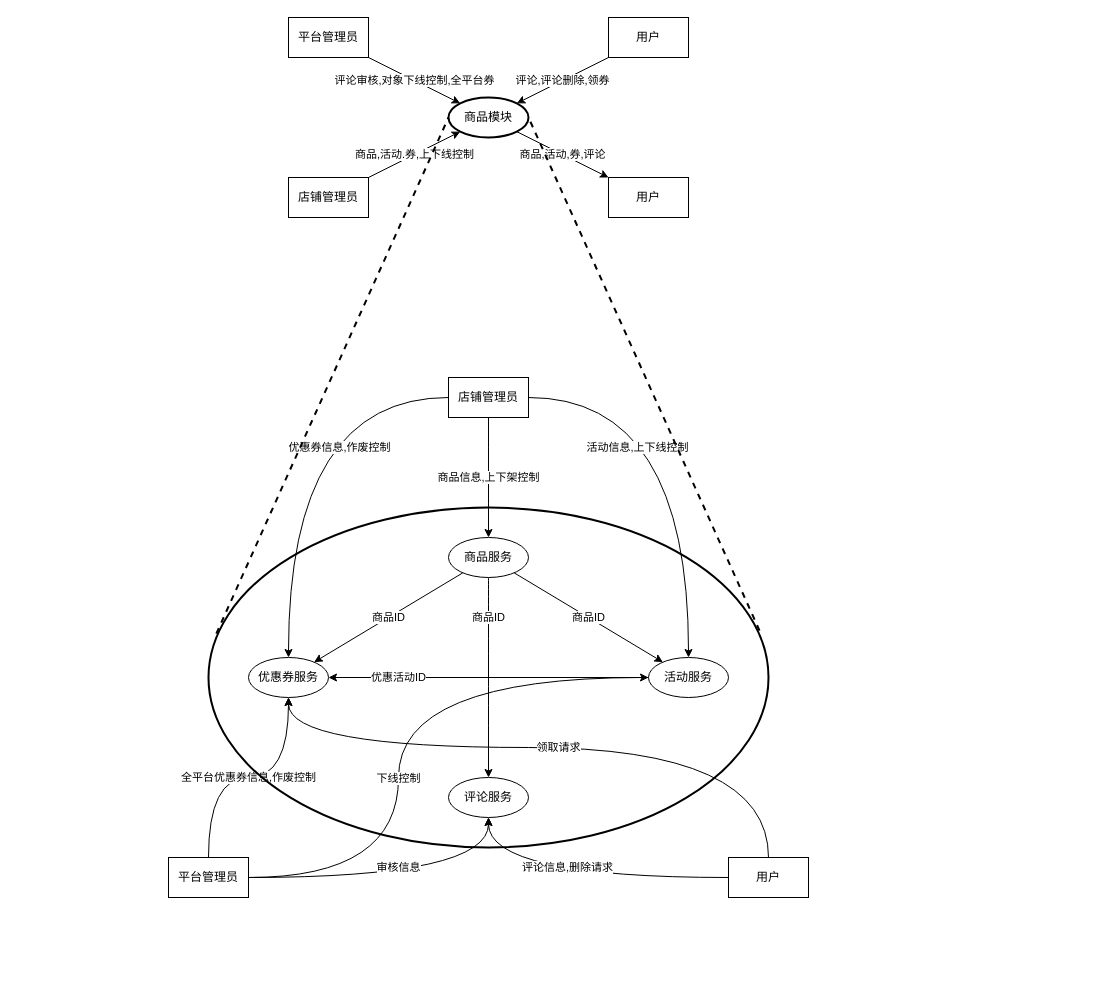
app1echip/grams keeps this draw.io diagram as 软工导论小组作业/需求建模之功能模型（商品模块）.drawio. Above is the earlier version. Source tidied: cells renumbered, new cells numbered last; positions are measured from the earlier drawing's top-left corner, leaving out a move shared by most shapes. Both pictures are drawn from the tidied source at 100%, with x=0, y=0 at pixel (168, 17).
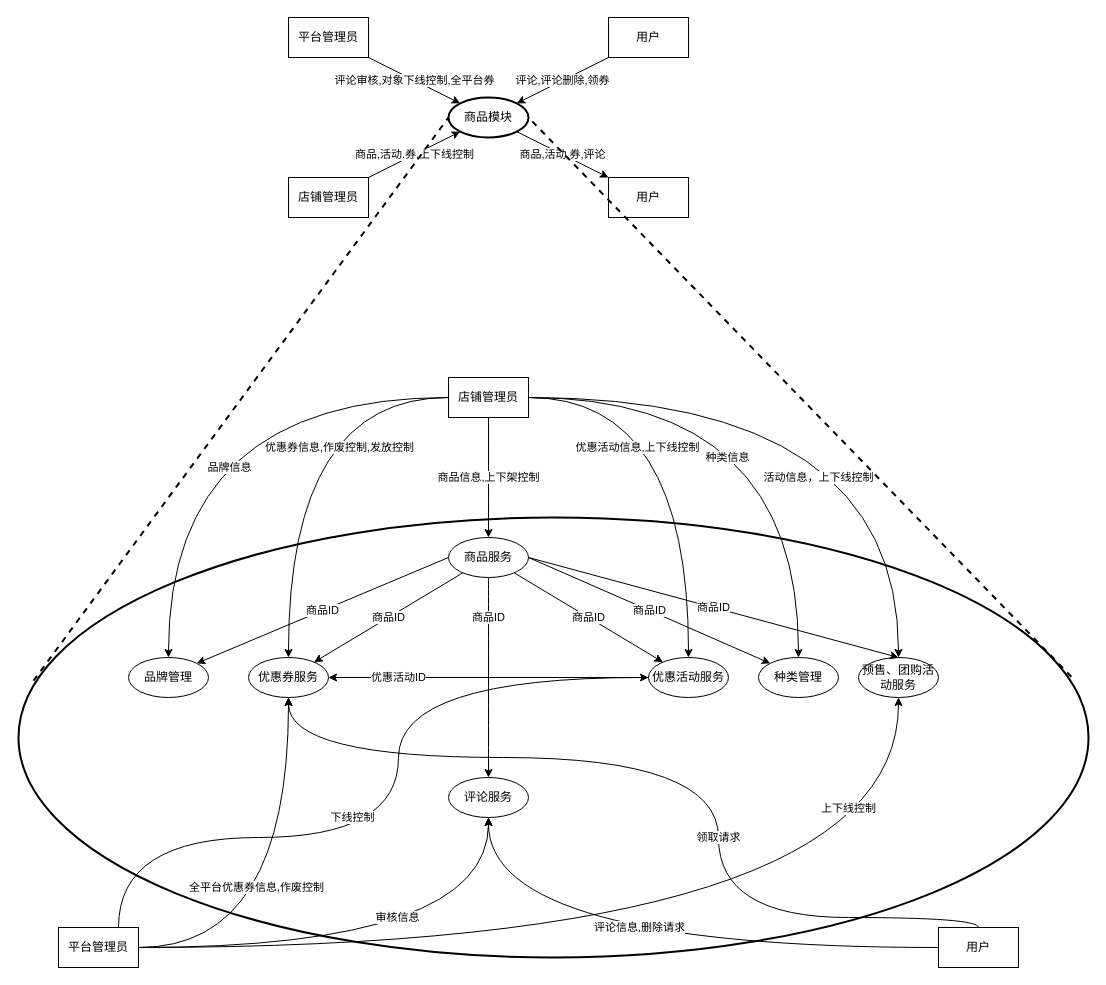
The same diagram, later.

Commit message:
Update 需求建模之功能模型（商品模块）.drawio

The change refers to these unchanged cells:
```xml
<mxCell id="14" value="商品服务" style="ellipse;whiteSpace=wrap;html=1;" parent="1" vertex="1">
  <mxGeometry x="280" y="520" width="80" height="40" as="geometry" />
</mxCell>
<mxCell id="15" value="评论服务" style="ellipse;whiteSpace=wrap;html=1;" parent="1" vertex="1">
  <mxGeometry x="280" y="760" width="80" height="40" as="geometry" />
</mxCell>
<mxCell id="18" value="优惠券服务" style="ellipse;whiteSpace=wrap;html=1;" parent="1" vertex="1">
  <mxGeometry x="80" y="640" width="80" height="40" as="geometry" />
</mxCell>
<mxCell id="25" value="店铺管理员" style="rounded=0;whiteSpace=wrap;html=1;" parent="1" vertex="1">
  <mxGeometry x="280" y="360" width="80" height="40" as="geometry" />
</mxCell>
```

What changed in the source:
```diff
@@
+    <mxCell id="30" style="ellipse;whiteSpace=wrap;html=1;fillColor=none;strokeWidth=2;" parent="1" vertex="1">
+      <mxGeometry x="-150" y="500" width="1070" height="440" as="geometry" />
+    </mxCell>
@@
-    <mxCell id="17" value="活动服务" style="ellipse;whiteSpace=wrap;html=1;" parent="1" vertex="1">
+    <mxCell id="17" value="优惠活动服务" style="ellipse;whiteSpace=wrap;html=1;" parent="1" vertex="1">
       <mxGeometry x="480" y="640" width="80" height="40" as="geometry" />
     </mxCell>
@@
     <mxCell id="19" value="评论信息,删除请求" style="edgeStyle=orthogonalEdgeStyle;curved=1;rounded=0;jettySize=auto;html=1;" parent="1" edge="1" source="21" target="15">
-      <mxGeometry x="0.07" y="-10" relative="1" as="geometry" />
+      <mxGeometry x="0.03" y="-20" relative="1" as="geometry" />
     </mxCell>
     <mxCell id="20" value="领取请求" style="edgeStyle=orthogonalEdgeStyle;curved=1;rounded=0;jettySize=auto;html=1;" parent="1" edge="1" source="21" target="18">
-      <mxGeometry relative="1" as="geometry">
+      <mxGeometry x="-0.24" relative="1" as="geometry">
         <Array as="points">
-          <mxPoint x="600" y="730" />
-          <mxPoint x="120" y="730" />
+          <mxPoint x="550" y="900" />
+          <mxPoint x="550" y="740" />
+          <mxPoint x="120" y="740" />
         </Array>
       </mxGeometry>
     </mxCell>
     <mxCell id="21" value="用户" style="rounded=0;whiteSpace=wrap;html=1;" parent="1" vertex="1">
-      <mxGeometry x="560" y="840" width="80" height="40" as="geometry" />
+      <mxGeometry x="770" y="910" width="80" height="40" as="geometry" />
     </mxCell>
@@
-    <mxCell id="23" value="活动信息,上下线控制" style="edgeStyle=orthogonalEdgeStyle;curved=1;rounded=0;jettySize=auto;html=1;" parent="1" edge="1" source="25" target="17">
+    <mxCell id="23" value="优惠活动信息,上下线控制" style="edgeStyle=orthogonalEdgeStyle;curved=1;rounded=0;jettySize=auto;html=1;" parent="1" edge="1" source="25" target="17">
       <mxGeometry x="-0.48" y="-50" relative="1" as="geometry" />
     </mxCell>
-    <mxCell id="24" value="优惠券信息,作废控制" style="edgeStyle=orthogonalEdgeStyle;rounded=0;jettySize=auto;html=1;curved=1;" parent="1" edge="1" source="25" target="18">
+    <mxCell id="24" value="优惠券信息,作废控制,发放控制" style="edgeStyle=orthogonalEdgeStyle;rounded=0;jettySize=auto;html=1;curved=1;" parent="1" edge="1" source="25" target="18">
       <mxGeometry x="-0.48" y="50" relative="1" as="geometry" />
     </mxCell>
@@
     <mxCell id="26" value="审核信息" style="edgeStyle=orthogonalEdgeStyle;curved=1;rounded=0;jettySize=auto;html=1;" parent="1" edge="1" source="29" target="15">
-      <mxGeometry y="10" relative="1" as="geometry" />
+      <mxGeometry x="0.08" y="30" relative="1" as="geometry" />
     </mxCell>
     <mxCell id="27" value="全平台优惠券信息,作废控制" style="edgeStyle=orthogonalEdgeStyle;curved=1;rounded=0;jettySize=auto;html=1;" parent="1" edge="1" source="29" target="18">
-      <mxGeometry relative="1" as="geometry" />
+      <mxGeometry x="-0.41" y="60" relative="1" as="geometry" />
     </mxCell>
     <mxCell id="28" value="下线控制" style="edgeStyle=orthogonalEdgeStyle;curved=1;rounded=0;jettySize=auto;html=1;" parent="1" edge="1" source="29" target="17">
-      <mxGeometry x="-0.17" relative="1" as="geometry">
+      <mxGeometry x="-0.17" y="20" relative="1" as="geometry">
         <Array as="points">
-          <mxPoint x="230" y="860" />
+          <mxPoint x="-50" y="820" />
+          <mxPoint x="230" y="820" />
           <mxPoint x="230" y="660" />
         </Array>
       </mxGeometry>
     </mxCell>
     <mxCell id="29" value="平台管理员" style="rounded=0;whiteSpace=wrap;html=1;" parent="1" vertex="1">
-      <mxGeometry y="840" width="80" height="40" as="geometry" />
+      <mxGeometry x="-110" y="910" width="80" height="40" as="geometry" />
     </mxCell>
-    <mxCell id="30" style="ellipse;whiteSpace=wrap;html=1;fillColor=none;strokeWidth=2;" parent="1" vertex="1">
-      <mxGeometry x="40" y="490" width="560" height="340" as="geometry" />
-    </mxCell>
@@
+    <mxCell id="33" value="品牌管理" style="ellipse;whiteSpace=wrap;html=1;" parent="1" vertex="1">
+      <mxGeometry x="-40" y="640" width="80" height="40" as="geometry" />
+    </mxCell>
+    <mxCell id="34" value="种类管理" style="ellipse;whiteSpace=wrap;html=1;" parent="1" vertex="1">
+      <mxGeometry x="590" y="640" width="80" height="40" as="geometry" />
+    </mxCell>
+    <mxCell id="35" value="商品ID" style="rounded=0;jettySize=auto;html=1;exitX=0;exitY=0.5;exitDx=0;exitDy=0;entryX=1;entryY=0;entryDx=0;entryDy=0;" parent="1" edge="1" source="14" target="33">
+      <mxGeometry relative="1" as="geometry" />
+    </mxCell>
+    <mxCell id="36" value="商品ID" style="rounded=0;jettySize=auto;html=1;exitX=1;exitY=0.5;exitDx=0;exitDy=0;entryX=0;entryY=0;entryDx=0;entryDy=0;" parent="1" edge="1" source="14" target="34">
+      <mxGeometry relative="1" as="geometry" />
+    </mxCell>
+    <mxCell id="37" value="品牌信息" style="edgeStyle=orthogonalEdgeStyle;rounded=0;jettySize=auto;html=1;curved=1;entryX=0.5;entryY=0;entryDx=0;entryDy=0;exitX=0;exitY=0.5;exitDx=0;exitDy=0;" parent="1" edge="1" source="25" target="33">
+      <mxGeometry x="-0.19" y="70" relative="1" as="geometry" />
+    </mxCell>
+    <mxCell id="38" value="种类信息" style="edgeStyle=orthogonalEdgeStyle;rounded=0;jettySize=auto;html=1;curved=1;entryX=0.5;entryY=0;entryDx=0;entryDy=0;exitX=1;exitY=0.5;exitDx=0;exitDy=0;" parent="1" edge="1" source="25" target="34">
+      <mxGeometry x="-0.25" y="-60" relative="1" as="geometry" />
+    </mxCell>
+    <mxCell id="39" value="预售、团购活动服务" style="ellipse;whiteSpace=wrap;html=1;" parent="1" vertex="1">
+      <mxGeometry x="690" y="640" width="80" height="40" as="geometry" />
+    </mxCell>
+    <mxCell id="40" value="活动信息，上下线控制" style="edgeStyle=orthogonalEdgeStyle;rounded=0;jettySize=auto;html=1;curved=1;entryX=0.5;entryY=0;entryDx=0;entryDy=0;exitX=1;exitY=0.5;exitDx=0;exitDy=0;" parent="1" edge="1" source="25" target="39">
+      <mxGeometry x="-0.08" y="-80" relative="1" as="geometry" />
+    </mxCell>
+    <mxCell id="41" value="商品ID" style="rounded=0;jettySize=auto;html=1;exitX=1;exitY=0.5;exitDx=0;exitDy=0;entryX=0.5;entryY=0;entryDx=0;entryDy=0;" parent="1" edge="1" source="14" target="39">
+      <mxGeometry relative="1" as="geometry" />
+    </mxCell>
+    <mxCell id="42" value="上下线控制" style="edgeStyle=orthogonalEdgeStyle;curved=1;rounded=0;jettySize=auto;html=1;entryX=0.5;entryY=1;entryDx=0;entryDy=0;exitX=1;exitY=0.5;exitDx=0;exitDy=0;" parent="1" edge="1" source="29" target="39">
+      <mxGeometry x="0.78" y="50" relative="1" as="geometry" />
+    </mxCell>
```
